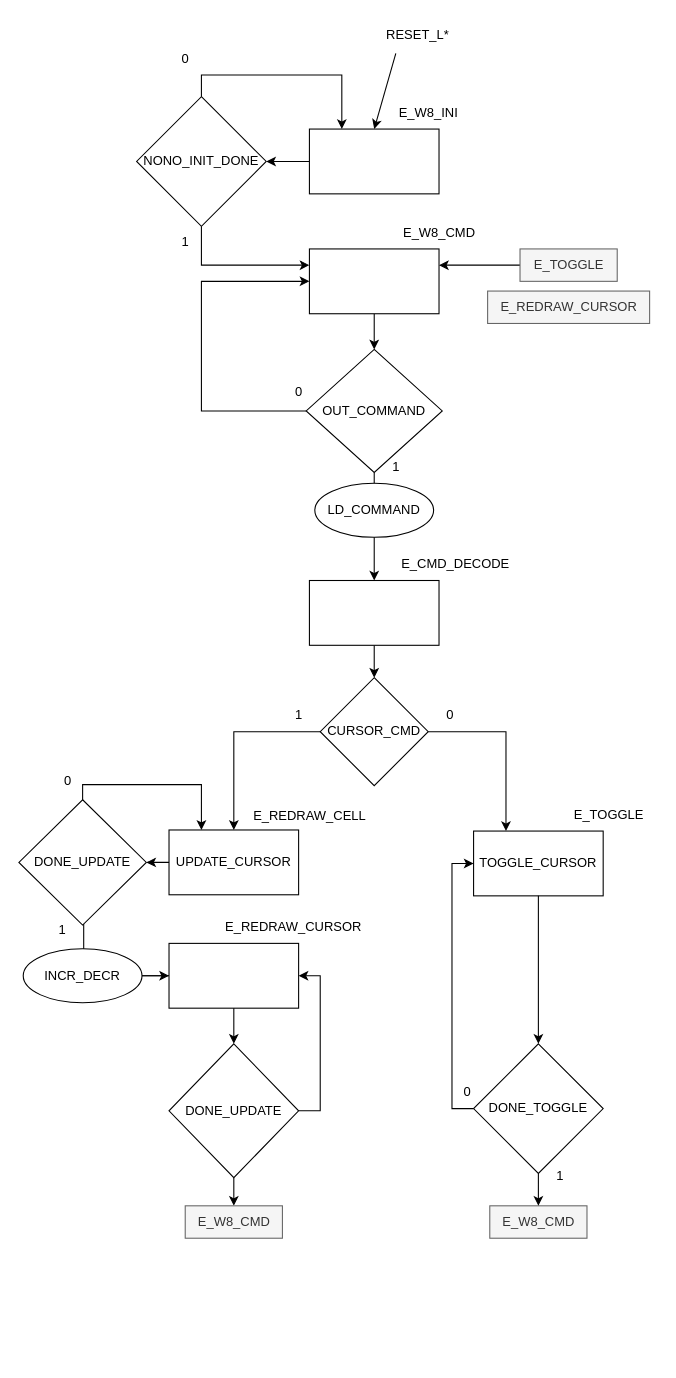
Before: DiagramasDisenio/FicherosDrawio/NONO_CURSOR_UC.drawio in DASDNonograma/Nonograma, a draw.io diagram. Source tidied: cells renumbered, new cells numbered last; positions are measured from the earlier drawing's top-left corner, leaving out a move shared by most shapes. Both pictures are drawn from the tidied source at 108%, with x=0, y=0 at pixel (18, 18).
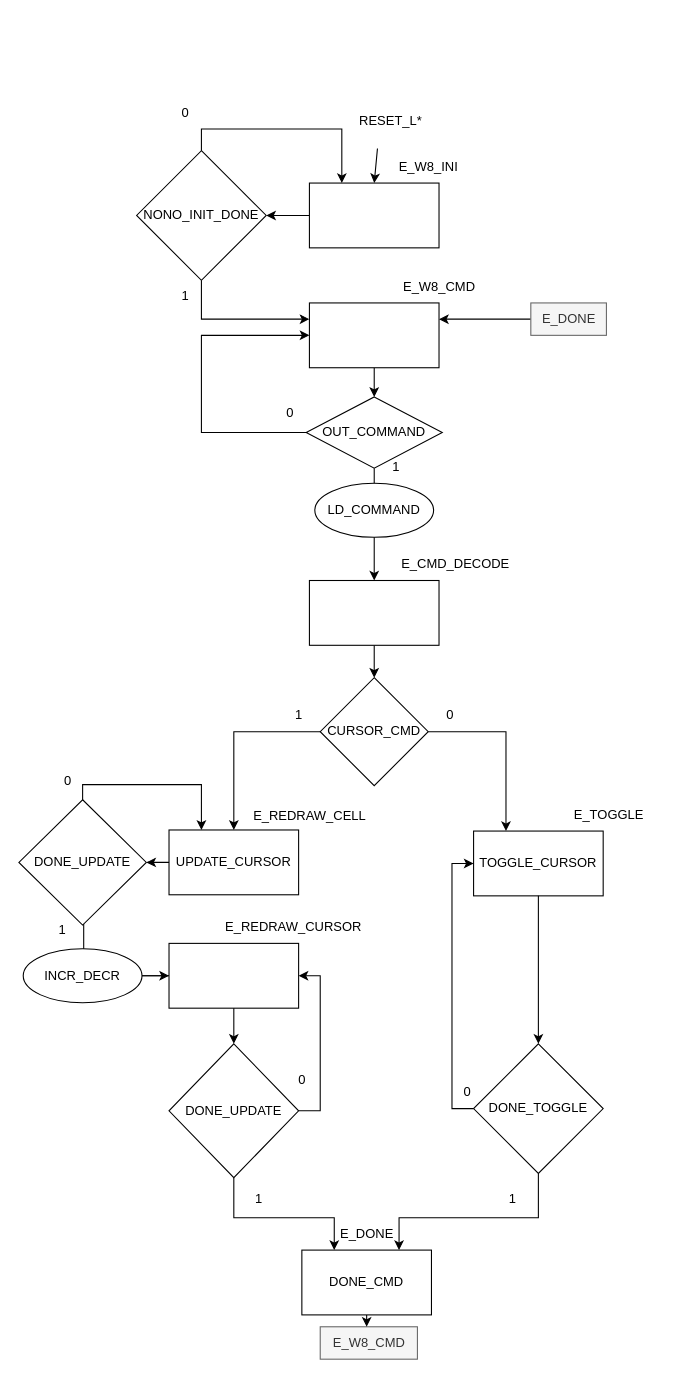
The same diagram, later.

Unchanged cells that the change refers to:
```xml
<mxCell id="35" value="DONE_TOGGLE" style="rhombus;whiteSpace=wrap;html=1;" parent="1" vertex="1">
  <mxGeometry x="421" y="949" width="120" height="120" as="geometry" />
</mxCell>
<mxCell id="55" value="DONE_UPDATE" style="rhombus;whiteSpace=wrap;html=1;" parent="1" vertex="1">
  <mxGeometry x="139" y="949" width="120" height="124" as="geometry" />
</mxCell>
```

Change to the diagram source:
```diff
@@
     <mxCell id="4" style="rounded=0;whiteSpace=wrap;html=1;" parent="1" vertex="1">
-      <mxGeometry x="269" y="102" width="120" height="60" as="geometry" />
+      <mxGeometry x="269" y="152" width="120" height="60" as="geometry" />
     </mxCell>
     <mxCell id="5" value="E_W8_INI" style="text;html=1;align=center;verticalAlign=middle;strokeColor=none;fillColor=none;" parent="1" vertex="1">
-      <mxGeometry x="339" y="72" width="80" height="30" as="geometry" />
+      <mxGeometry x="339" y="122" width="80" height="30" as="geometry" />
     </mxCell>
@@
     <mxCell id="7" style="whiteSpace=wrap;html=1;" parent="1" vertex="1">
-      <mxGeometry x="269" y="213" width="120" height="60" as="geometry" />
+      <mxGeometry x="269" y="263" width="120" height="60" as="geometry" />
     </mxCell>
     <mxCell id="8" style="edgeStyle=orthogonalEdgeStyle;rounded=0;jettySize=auto;html=1;entryX=0.25;entryY=0;entryDx=0;entryDy=0;" parent="1" edge="1" source="10" target="4">
       <mxGeometry relative="1" as="geometry">
         <Array as="points">
-          <mxPoint x="169" y="52" />
-          <mxPoint x="299" y="52" />
+          <mxPoint x="169" y="102" />
+          <mxPoint x="299" y="102" />
         </Array>
       </mxGeometry>
     </mxCell>
     <mxCell id="9" style="edgeStyle=orthogonalEdgeStyle;rounded=0;jettySize=auto;html=1;entryX=0;entryY=0.25;entryDx=0;entryDy=0;" parent="1" edge="1" source="10" target="7">
       <mxGeometry relative="1" as="geometry">
         <Array as="points">
-          <mxPoint x="169" y="228" />
+          <mxPoint x="169" y="278" />
         </Array>
       </mxGeometry>
     </mxCell>
     <mxCell id="10" value="NONO_INIT_DONE" style="rhombus;whiteSpace=wrap;html=1;" parent="1" vertex="1">
-      <mxGeometry x="109" y="72" width="120" height="120" as="geometry" />
+      <mxGeometry x="109" y="122" width="120" height="120" as="geometry" />
     </mxCell>
     <mxCell id="11" value="0" style="text;html=1;align=center;verticalAlign=middle;strokeColor=none;fillColor=none;" parent="1" vertex="1">
-      <mxGeometry x="139" y="22" width="30" height="30" as="geometry" />
+      <mxGeometry x="139" y="72" width="30" height="30" as="geometry" />
     </mxCell>
     <mxCell id="12" value="1" style="text;html=1;align=center;verticalAlign=middle;strokeColor=none;fillColor=none;" parent="1" vertex="1">
-      <mxGeometry x="139" y="192" width="30" height="30" as="geometry" />
+      <mxGeometry x="139" y="242" width="30" height="30" as="geometry" />
     </mxCell>
     <mxCell id="13" value="E_W8_CMD" style="text;html=1;align=center;verticalAlign=middle;strokeColor=none;fillColor=none;" parent="1" vertex="1">
-      <mxGeometry x="344" y="183" width="90" height="30" as="geometry" />
+      <mxGeometry x="344" y="233" width="90" height="30" as="geometry" />
     </mxCell>
     <mxCell id="14" style="edgeStyle=orthogonalEdgeStyle;rounded=0;jettySize=auto;html=1;entryX=0;entryY=0.5;entryDx=0;entryDy=0;" parent="1" edge="1" source="16" target="7">
       <mxGeometry relative="1" as="geometry">
         <Array as="points">
-          <mxPoint x="169" y="363" />
-          <mxPoint x="169" y="243" />
+          <mxPoint x="169" y="383" />
+          <mxPoint x="169" y="293" />
         </Array>
       </mxGeometry>
     </mxCell>
@@
     <mxCell id="16" value="OUT_COMMAND" style="rhombus;whiteSpace=wrap;html=1;" parent="1" vertex="1">
-      <mxGeometry x="266" y="306" width="126" height="114" as="geometry" />
+      <mxGeometry x="266" y="350" width="126" height="66" as="geometry" />
     </mxCell>
@@
     <mxCell id="21" value="0" style="text;html=1;align=center;verticalAlign=middle;strokeColor=none;fillColor=none;" parent="1" vertex="1">
-      <mxGeometry x="244" y="331" width="30" height="30" as="geometry" />
+      <mxGeometry x="236" y="350" width="30" height="30" as="geometry" />
     </mxCell>
@@
     <mxCell id="26" style="edgeStyle=none;jettySize=auto;html=1;rounded=0;entryX=0.5;entryY=0;entryDx=0;entryDy=0;" parent="1" edge="1" target="4">
       <mxGeometry relative="1" as="geometry">
-        <mxPoint x="349" y="32" as="sourcePoint" />
+        <mxPoint x="332" y="120" as="sourcePoint" />
       </mxGeometry>
     </mxCell>
     <mxCell id="27" value="RESET_L*" style="text;html=1;align=center;verticalAlign=middle;strokeColor=none;fillColor=none;" parent="1" vertex="1">
-      <mxGeometry x="329" width="80" height="30" as="geometry" />
+      <mxGeometry x="304" y="80" width="80" height="30" as="geometry" />
     </mxCell>
@@
-    <mxCell id="30" value="E_TOGGLE" style="text;html=1;align=center;verticalAlign=middle;points=[];strokeColor=#666666;fillColor=#f5f5f5;fontColor=#333333;" parent="1" vertex="1">
-      <mxGeometry x="464" y="213" width="90" height="30" as="geometry" />
+    <mxCell id="30" value="E_DONE" style="text;html=1;align=center;verticalAlign=middle;points=[];strokeColor=#666666;fillColor=#f5f5f5;fontColor=#333333;" parent="1" vertex="1">
+      <mxGeometry x="474" y="263" width="70" height="30" as="geometry" />
     </mxCell>
-    <mxCell id="31" value="E_REDRAW_CURSOR" style="text;html=1;align=center;verticalAlign=middle;strokeColor=#666666;fillColor=#f5f5f5;fontColor=#333333;" parent="1" vertex="1">
-      <mxGeometry x="434" y="252" width="150" height="30" as="geometry" />
-    </mxCell>
@@
+    <mxCell id="58" style="edgeStyle=orthogonalEdgeStyle;rounded=0;jettySize=auto;html=1;entryX=0.75;entryY=0;entryDx=0;entryDy=0;" parent="1" edge="1" source="35" target="63">
+      <mxGeometry relative="1" as="geometry">
+        <Array as="points">
+          <mxPoint x="481" y="1110" />
+          <mxPoint x="352" y="1110" />
+        </Array>
+      </mxGeometry>
+    </mxCell>
@@
-    <mxCell id="38" value="E_W8_CMD" style="text;html=1;align=center;verticalAlign=middle;points=[];strokeColor=#666666;fillColor=#f5f5f5;fontColor=#333333;" parent="1" vertex="1">
-      <mxGeometry x="436" y="1099" width="90" height="30" as="geometry" />
-    </mxCell>
-    <mxCell id="39" style="edgeStyle=orthogonalEdgeStyle;rounded=0;jettySize=auto;html=1;entryX=0.5;entryY=0;entryDx=0;entryDy=0;entryPerimeter=0;" parent="1" edge="1" source="35" target="38">
-      <mxGeometry relative="1" as="geometry" />
-    </mxCell>
@@
     <mxCell id="41" value="1" style="text;html=1;align=center;verticalAlign=middle;strokeColor=none;fillColor=none;" parent="1" vertex="1">
-      <mxGeometry x="486" y="1057" width="30" height="30" as="geometry" />
+      <mxGeometry x="442" y="1078" width="30" height="30" as="geometry" />
     </mxCell>
@@
-    <mxCell id="54" style="edgeStyle=orthogonalEdgeStyle;rounded=0;jettySize=auto;html=1;" parent="1" edge="1" source="55">
-      <mxGeometry relative="1" as="geometry">
-        <mxPoint x="199" y="1099" as="targetPoint" />
-      </mxGeometry>
-    </mxCell>
+    <mxCell id="59" style="edgeStyle=orthogonalEdgeStyle;rounded=0;jettySize=auto;html=1;entryX=0.25;entryY=0;entryDx=0;entryDy=0;" parent="1" edge="1" source="55" target="63">
+      <mxGeometry relative="1" as="geometry">
+        <Array as="points">
+          <mxPoint x="199" y="1110" />
+          <mxPoint x="292" y="1110" />
+        </Array>
+      </mxGeometry>
+    </mxCell>
@@
     <mxCell id="57" value="E_W8_CMD" style="text;html=1;align=center;verticalAlign=middle;points=[];strokeColor=#666666;fillColor=#f5f5f5;fontColor=#333333;" parent="1" vertex="1">
-      <mxGeometry x="154" y="1099" width="90" height="30" as="geometry" />
+      <mxGeometry x="279" y="1211" width="90" height="30" as="geometry" />
     </mxCell>
+    <mxCell id="60" value="1" style="text;html=1;align=center;verticalAlign=middle;strokeColor=none;fillColor=none;" parent="1" vertex="1">
+      <mxGeometry x="207" y="1078" width="30" height="30" as="geometry" />
+    </mxCell>
+    <mxCell id="61" value="0" style="text;html=1;align=center;verticalAlign=middle;strokeColor=none;fillColor=none;" parent="1" vertex="1">
+      <mxGeometry x="247" y="968" width="30" height="30" as="geometry" />
+    </mxCell>
+    <mxCell id="62" style="edgeStyle=orthogonalEdgeStyle;rounded=0;jettySize=auto;html=1;" parent="1" edge="1" source="63" target="57">
+      <mxGeometry relative="1" as="geometry">
+        <Array as="points">
+          <mxPoint x="322" y="1220" />
+        </Array>
+      </mxGeometry>
+    </mxCell>
+    <mxCell id="63" value="DONE_CMD" style="whiteSpace=wrap;html=1;" parent="1" vertex="1">
+      <mxGeometry x="262" y="1140" width="120" height="60" as="geometry" />
+    </mxCell>
+    <mxCell id="64" value="E_DONE" style="text;html=1;align=center;verticalAlign=middle;strokeColor=none;fillColor=none;" parent="1" vertex="1">
+      <mxGeometry x="287" y="1110" width="70" height="30" as="geometry" />
+    </mxCell>
```
